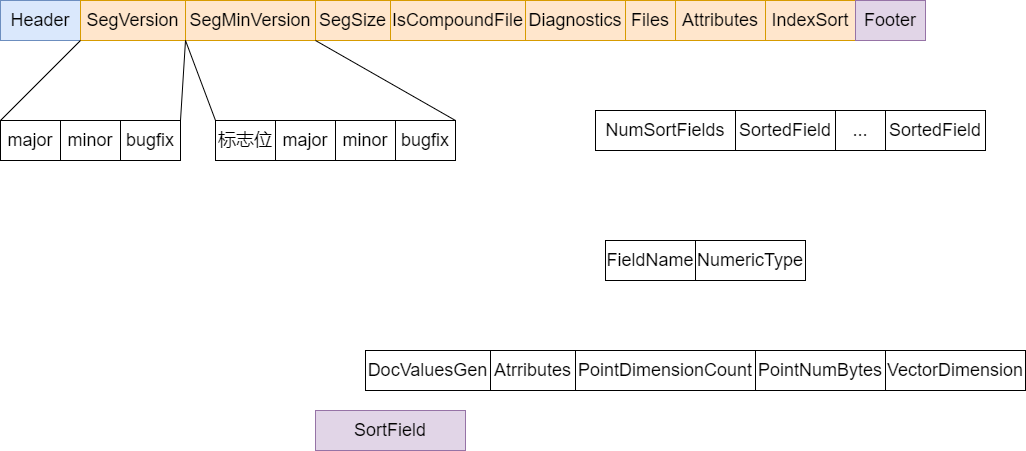
Before: .settings/si结构图.drawio.png, a diagram exported from draw.io (zjcDM/MRMD). Source tidied: cells renumbered, new cells last; positions are measured from the earlier drawing's top-left corner, leaving out a move shared by most shapes.
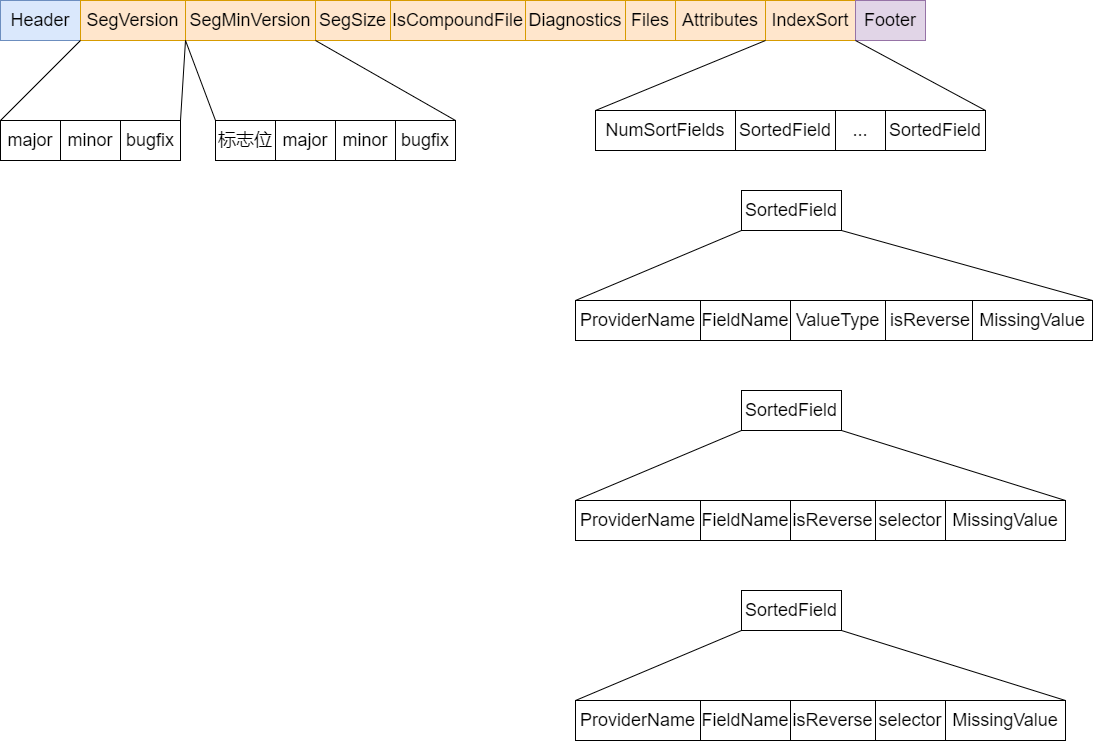
Above is the later version.

Commit message:
更新si结构图.drawio.png

What changed in the source:
```diff
@@ -27,26 +27,14 @@
       <mxGeometry x="595" y="110" width="140" height="40" as="geometry" />
     </mxCell>
     <mxCell id="10" value="&lt;font style=&quot;font-size: 18px&quot;&gt;FieldName&lt;/font&gt;" style="rounded=0;whiteSpace=wrap;html=1;" parent="1" vertex="1">
-      <mxGeometry x="605" y="240" width="90" height="40" as="geometry" />
+      <mxGeometry x="700" y="300" width="90" height="40" as="geometry" />
     </mxCell>
     <mxCell id="11" value="&lt;font style=&quot;font-size: 18px&quot;&gt;SortedField&lt;/font&gt;" style="rounded=0;whiteSpace=wrap;html=1;" parent="1" vertex="1">
       <mxGeometry x="735" y="110" width="100" height="40" as="geometry" />
     </mxCell>
-    <mxCell id="12" value="&lt;font style=&quot;font-size: 18px&quot;&gt;DocValuesGen&lt;/font&gt;" style="rounded=0;whiteSpace=wrap;html=1;" parent="1" vertex="1">
-      <mxGeometry x="365" y="350" width="125" height="40" as="geometry" />
+    <mxCell id="12" value="&lt;font style=&quot;font-size: 18px&quot;&gt;ProviderName&lt;/font&gt;" style="rounded=0;whiteSpace=wrap;html=1;" parent="1" vertex="1">
+      <mxGeometry x="575" y="300" width="125" height="40" as="geometry" />
     </mxCell>
-    <mxCell id="13" value="&lt;font style=&quot;font-size: 18px&quot;&gt;Atrributes&lt;/font&gt;" style="rounded=0;whiteSpace=wrap;html=1;" parent="1" vertex="1">
-      <mxGeometry x="490" y="350" width="85" height="40" as="geometry" />
-    </mxCell>
-    <mxCell id="14" value="&lt;font style=&quot;font-size: 18px&quot;&gt;PointDimensionCount&lt;/font&gt;" style="rounded=0;whiteSpace=wrap;html=1;" parent="1" vertex="1">
-      <mxGeometry x="575" y="350" width="180" height="40" as="geometry" />
-    </mxCell>
-    <mxCell id="15" value="&lt;font style=&quot;font-size: 18px&quot;&gt;VectorDimension&lt;/font&gt;" style="rounded=0;whiteSpace=wrap;html=1;" parent="1" vertex="1">
-      <mxGeometry x="885" y="350" width="140" height="40" as="geometry" />
-    </mxCell>
-    <mxCell id="16" value="&lt;font style=&quot;font-size: 18px&quot;&gt;PointNumBytes&lt;/font&gt;" style="rounded=0;whiteSpace=wrap;html=1;" parent="1" vertex="1">
-      <mxGeometry x="755" y="350" width="130" height="40" as="geometry" />
-    </mxCell>
     <mxCell id="17" value="&lt;font style=&quot;font-size: 18px&quot;&gt;Attributes&lt;/font&gt;" style="rounded=0;whiteSpace=wrap;html=1;fillColor=#ffe6cc;strokeColor=#d79b00;" parent="1" vertex="1">
       <mxGeometry x="675" width="90" height="40" as="geometry" />
     </mxCell>
@@ -56,9 +44,6 @@
     <mxCell id="19" value="&lt;font style=&quot;font-size: 18px&quot;&gt;IndexSort&lt;/font&gt;" style="rounded=0;whiteSpace=wrap;html=1;fillColor=#ffe6cc;strokeColor=#d79b00;" parent="1" vertex="1">
       <mxGeometry x="765" width="90" height="40" as="geometry" />
     </mxCell>
-    <mxCell id="20" value="&lt;font style=&quot;font-size: 18px&quot;&gt;SortField&lt;/font&gt;" style="rounded=0;whiteSpace=wrap;html=1;fillColor=#e1d5e7;strokeColor=#9673a6;" parent="1" vertex="1">
-      <mxGeometry x="315" y="410" width="150" height="40" as="geometry" />
-    </mxCell>
     <mxCell id="21" value="&lt;font style=&quot;font-size: 18px&quot;&gt;Footer&lt;/font&gt;" style="rounded=0;whiteSpace=wrap;html=1;fillColor=#e1d5e7;strokeColor=#9673a6;" parent="1" vertex="1">
       <mxGeometry x="855" width="70" height="40" as="geometry" />
     </mxCell>
@@ -100,8 +85,8 @@
         <mxPoint x="315" y="40" as="targetPoint" />
       </mxGeometry>
     </mxCell>
-    <mxCell id="32" value="&lt;font style=&quot;font-size: 18px&quot;&gt;NumericType&lt;/font&gt;" style="rounded=0;whiteSpace=wrap;html=1;" parent="1" vertex="1">
-      <mxGeometry x="695" y="240" width="110" height="40" as="geometry" />
+    <mxCell id="32" value="&lt;font style=&quot;font-size: 18px&quot;&gt;ValueType&lt;/font&gt;" style="rounded=0;whiteSpace=wrap;html=1;" parent="1" vertex="1">
+      <mxGeometry x="790" y="300" width="95" height="40" as="geometry" />
     </mxCell>
     <mxCell id="33" value="&lt;span style=&quot;font-size: 18px&quot;&gt;...&lt;/span&gt;" style="rounded=0;whiteSpace=wrap;html=1;" parent="1" vertex="1">
       <mxGeometry x="835" y="110" width="50" height="40" as="geometry" />
@@ -109,5 +94,90 @@
     <mxCell id="34" value="&lt;font style=&quot;font-size: 18px&quot;&gt;SortedField&lt;/font&gt;" style="rounded=0;whiteSpace=wrap;html=1;" parent="1" vertex="1">
       <mxGeometry x="885" y="110" width="100" height="40" as="geometry" />
     </mxCell>
+    <mxCell id="35" value="&lt;span style=&quot;font-size: 18px&quot;&gt;isReverse&lt;/span&gt;" style="rounded=0;whiteSpace=wrap;html=1;" parent="1" vertex="1">
+      <mxGeometry x="885" y="300" width="90" height="40" as="geometry" />
+    </mxCell>
+    <mxCell id="36" value="&lt;span style=&quot;font-size: 18px&quot;&gt;MissingValue&lt;/span&gt;" style="rounded=0;whiteSpace=wrap;html=1;" parent="1" vertex="1">
+      <mxGeometry x="972" y="300" width="120" height="40" as="geometry" />
+    </mxCell>
+    <mxCell id="37" value="&lt;font style=&quot;font-size: 18px&quot;&gt;FieldName&lt;/font&gt;" style="rounded=0;whiteSpace=wrap;html=1;" parent="1" vertex="1">
+      <mxGeometry x="700" y="500" width="90" height="40" as="geometry" />
+    </mxCell>
+    <mxCell id="38" value="&lt;font style=&quot;font-size: 18px&quot;&gt;ProviderName&lt;/font&gt;" style="rounded=0;whiteSpace=wrap;html=1;" parent="1" vertex="1">
+      <mxGeometry x="575" y="500" width="125" height="40" as="geometry" />
+    </mxCell>
+    <mxCell id="39" value="&lt;span style=&quot;font-size: 18px&quot;&gt;isReverse&lt;/span&gt;" style="rounded=0;whiteSpace=wrap;html=1;" parent="1" vertex="1">
+      <mxGeometry x="790" y="500" width="85" height="40" as="geometry" />
+    </mxCell>
+    <mxCell id="40" value="&lt;span style=&quot;font-size: 18px&quot;&gt;selector&lt;/span&gt;" style="rounded=0;whiteSpace=wrap;html=1;" parent="1" vertex="1">
+      <mxGeometry x="875" y="500" width="70" height="40" as="geometry" />
+    </mxCell>
+    <mxCell id="41" value="&lt;span style=&quot;font-size: 18px&quot;&gt;MissingValue&lt;/span&gt;" style="rounded=0;whiteSpace=wrap;html=1;" parent="1" vertex="1">
+      <mxGeometry x="945" y="500" width="120" height="40" as="geometry" />
+    </mxCell>
+    <mxCell id="42" value="&lt;font style=&quot;font-size: 18px&quot;&gt;FieldName&lt;/font&gt;" style="rounded=0;whiteSpace=wrap;html=1;" parent="1" vertex="1">
+      <mxGeometry x="700" y="700" width="90" height="40" as="geometry" />
+    </mxCell>
+    <mxCell id="43" value="&lt;font style=&quot;font-size: 18px&quot;&gt;ProviderName&lt;/font&gt;" style="rounded=0;whiteSpace=wrap;html=1;" parent="1" vertex="1">
+      <mxGeometry x="575" y="700" width="125" height="40" as="geometry" />
+    </mxCell>
+    <mxCell id="44" value="&lt;span style=&quot;font-size: 18px&quot;&gt;isReverse&lt;/span&gt;" style="rounded=0;whiteSpace=wrap;html=1;" parent="1" vertex="1">
+      <mxGeometry x="790" y="700" width="85" height="40" as="geometry" />
+    </mxCell>
+    <mxCell id="45" value="&lt;span style=&quot;font-size: 18px&quot;&gt;selector&lt;/span&gt;" style="rounded=0;whiteSpace=wrap;html=1;" parent="1" vertex="1">
+      <mxGeometry x="875" y="700" width="70" height="40" as="geometry" />
+    </mxCell>
+    <mxCell id="46" value="&lt;span style=&quot;font-size: 18px&quot;&gt;MissingValue&lt;/span&gt;" style="rounded=0;whiteSpace=wrap;html=1;" parent="1" vertex="1">
+      <mxGeometry x="945" y="700" width="120" height="40" as="geometry" />
+    </mxCell>
+    <mxCell id="47" style="endArrow=none;html=1;rounded=0;exitX=0;exitY=0;exitDx=0;exitDy=0;" parent="1" edge="1" source="9">
+      <mxGeometry relative="1" as="geometry">
+        <mxPoint x="765" y="40" as="targetPoint" />
+      </mxGeometry>
+    </mxCell>
+    <mxCell id="48" style="endArrow=none;html=1;rounded=0;exitX=1;exitY=0;exitDx=0;exitDy=0;" parent="1" edge="1" source="34">
+      <mxGeometry relative="1" as="geometry">
+        <mxPoint x="855" y="40" as="targetPoint" />
+      </mxGeometry>
+    </mxCell>
+    <mxCell id="49" value="&lt;font style=&quot;font-size: 18px&quot;&gt;SortedField&lt;/font&gt;" style="rounded=0;whiteSpace=wrap;html=1;" parent="1" vertex="1">
+      <mxGeometry x="741" y="190" width="100" height="40" as="geometry" />
+    </mxCell>
+    <mxCell id="50" style="endArrow=none;html=1;rounded=0;exitX=0;exitY=0;exitDx=0;exitDy=0;" parent="1" edge="1" source="12">
+      <mxGeometry relative="1" as="geometry">
+        <mxPoint x="741" y="230" as="targetPoint" />
+      </mxGeometry>
+    </mxCell>
+    <mxCell id="51" style="endArrow=none;html=1;rounded=0;exitX=1;exitY=0;exitDx=0;exitDy=0;" parent="1" edge="1" source="36">
+      <mxGeometry relative="1" as="geometry">
+        <mxPoint x="841" y="230" as="targetPoint" />
+      </mxGeometry>
+    </mxCell>
+    <mxCell id="52" value="&lt;font style=&quot;font-size: 18px&quot;&gt;SortedField&lt;/font&gt;" style="rounded=0;whiteSpace=wrap;html=1;" parent="1" vertex="1">
+      <mxGeometry x="741" y="390" width="100" height="40" as="geometry" />
+    </mxCell>
+    <mxCell id="53" style="endArrow=none;html=1;rounded=0;exitX=0;exitY=0;exitDx=0;exitDy=0;" parent="1" edge="1" source="38">
+      <mxGeometry relative="1" as="geometry">
+        <mxPoint x="741" y="430" as="targetPoint" />
+      </mxGeometry>
+    </mxCell>
+    <mxCell id="54" style="endArrow=none;html=1;rounded=0;exitX=1;exitY=0;exitDx=0;exitDy=0;" parent="1" edge="1" source="41">
+      <mxGeometry relative="1" as="geometry">
+        <mxPoint x="841" y="430" as="targetPoint" />
+      </mxGeometry>
+    </mxCell>
+    <mxCell id="55" value="&lt;font style=&quot;font-size: 18px&quot;&gt;SortedField&lt;/font&gt;" style="rounded=0;whiteSpace=wrap;html=1;" parent="1" vertex="1">
+      <mxGeometry x="741" y="590" width="100" height="40" as="geometry" />
+    </mxCell>
+    <mxCell id="56" style="endArrow=none;html=1;rounded=0;exitX=0;exitY=0;exitDx=0;exitDy=0;" parent="1" edge="1" source="43">
+      <mxGeometry relative="1" as="geometry">
+        <mxPoint x="741" y="630" as="targetPoint" />
+      </mxGeometry>
+    </mxCell>
+    <mxCell id="57" style="endArrow=none;html=1;rounded=0;exitX=1;exitY=0;exitDx=0;exitDy=0;" parent="1" edge="1" source="46">
+      <mxGeometry relative="1" as="geometry">
+        <mxPoint x="841" y="630" as="targetPoint" />
+      </mxGeometry>
+    </mxCell>
   </root>
 </mxGraphModel>
```
